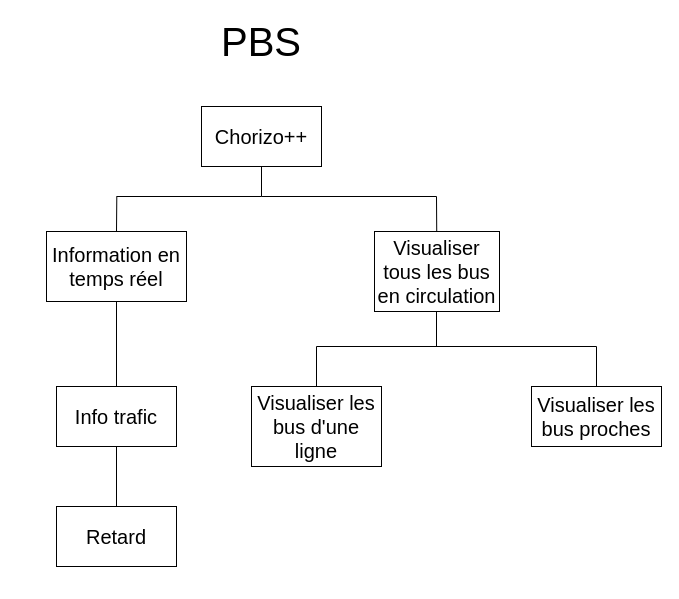
This is PBS.drawio from RimAmarat/AuditSysteme, a draw.io file, before an edit. Source tidied: cells renumbered, new cells numbered last; positions are measured from the earlier drawing's top-left corner, leaving out a move shared by most shapes. Both pictures are drawn from the tidied source at 100%, with x=0, y=0 at pixel (46, 26).
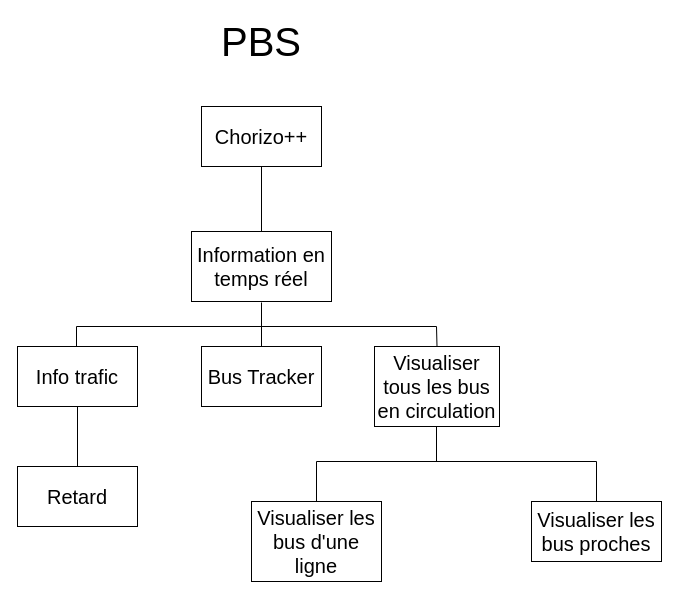
The same page after the edit.

Commit message:
Fixes PBS, adds bus tracker

Change to the diagram source:
```diff
@@
     <mxCell id="4" value="&lt;div&gt;Visualiser tous les bus&lt;/div&gt;&lt;div&gt;en circulation&lt;br&gt;&lt;/div&gt;" style="rounded=0;whiteSpace=wrap;html=1;fontSize=20;" parent="1" vertex="1">
-      <mxGeometry x="328" y="205" width="125" height="80" as="geometry" />
+      <mxGeometry x="328" y="320" width="125" height="80" as="geometry" />
     </mxCell>
     <mxCell id="5" value="Visualiser les bus d'une ligne" style="rounded=0;whiteSpace=wrap;html=1;fontSize=20;" parent="1" vertex="1">
-      <mxGeometry x="205" y="360" width="130" height="80" as="geometry" />
+      <mxGeometry x="205" y="475" width="130" height="80" as="geometry" />
     </mxCell>
     <mxCell id="6" value="Visualiser les bus proches" style="rounded=0;whiteSpace=wrap;html=1;fontSize=20;" parent="1" vertex="1">
-      <mxGeometry x="485" y="360" width="130" height="60" as="geometry" />
+      <mxGeometry x="485" y="475" width="130" height="60" as="geometry" />
     </mxCell>
     <mxCell id="7" value="Information en temps réel" style="rounded=0;whiteSpace=wrap;html=1;fontSize=20;" parent="1" vertex="1">
-      <mxGeometry y="205" width="140" height="70" as="geometry" />
+      <mxGeometry x="145" y="205" width="140" height="70" as="geometry" />
     </mxCell>
     <mxCell id="8" value="Info trafic" style="rounded=0;whiteSpace=wrap;html=1;fontSize=20;" parent="1" vertex="1">
-      <mxGeometry x="10" y="360" width="120" height="60" as="geometry" />
+      <mxGeometry x="-29" y="320" width="120" height="60" as="geometry" />
     </mxCell>
     <mxCell id="9" value="Retard" style="rounded=0;whiteSpace=wrap;html=1;fontSize=20;" parent="1" vertex="1">
-      <mxGeometry x="10" y="480" width="120" height="60" as="geometry" />
+      <mxGeometry x="-29" y="440" width="120" height="60" as="geometry" />
     </mxCell>
-    <mxCell id="10" style="endArrow=none;html=1;rounded=0;fontSize=20;" parent="1" edge="1">
-      <mxGeometry relative="1" as="geometry">
-        <mxPoint x="215" y="170" as="sourcePoint" />
-        <mxPoint x="215" y="140" as="targetPoint" />
-      </mxGeometry>
-    </mxCell>
-    <mxCell id="11" style="endArrow=none;html=1;rounded=0;fontSize=20;" parent="1" edge="1">
-      <mxGeometry relative="1" as="geometry">
-        <mxPoint x="70" y="205" as="sourcePoint" />
-        <mxPoint x="70.3" y="170" as="targetPoint" />
-      </mxGeometry>
-    </mxCell>
-    <mxCell id="12" style="endArrow=none;html=1;rounded=0;fontSize=20;" parent="1" edge="1">
-      <mxGeometry relative="1" as="geometry">
-        <mxPoint x="70" y="170" as="sourcePoint" />
-        <mxPoint x="215" y="170" as="targetPoint" />
-      </mxGeometry>
-    </mxCell>
-    <mxCell id="13" style="endArrow=none;html=1;rounded=0;fontSize=20;" parent="1" edge="1">
-      <mxGeometry relative="1" as="geometry">
-        <mxPoint x="215" y="170" as="sourcePoint" />
-        <mxPoint x="390" y="170" as="targetPoint" />
-      </mxGeometry>
-    </mxCell>
-    <mxCell id="14" style="endArrow=none;html=1;rounded=0;fontSize=20;" parent="1" edge="1" source="4">
-      <mxGeometry relative="1" as="geometry">
-        <mxPoint x="390" y="170" as="targetPoint" />
-      </mxGeometry>
-    </mxCell>
     <mxCell id="15" style="endArrow=none;html=1;rounded=0;fontSize=20;" parent="1" edge="1">
       <mxGeometry relative="1" as="geometry">
-        <mxPoint x="270" y="360" as="sourcePoint" />
-        <mxPoint x="270" y="320" as="targetPoint" />
+        <mxPoint x="270" y="475" as="sourcePoint" />
+        <mxPoint x="270" y="435" as="targetPoint" />
       </mxGeometry>
     </mxCell>
     <mxCell id="16" style="endArrow=none;html=1;rounded=0;fontSize=20;" parent="1" edge="1">
       <mxGeometry relative="1" as="geometry">
-        <mxPoint x="550" y="360" as="sourcePoint" />
-        <mxPoint x="550" y="320" as="targetPoint" />
+        <mxPoint x="550" y="475" as="sourcePoint" />
+        <mxPoint x="550" y="435" as="targetPoint" />
       </mxGeometry>
     </mxCell>
     <mxCell id="17" style="endArrow=none;html=1;rounded=0;fontSize=20;" parent="1" edge="1">
       <mxGeometry relative="1" as="geometry">
-        <mxPoint x="390" y="320" as="sourcePoint" />
-        <mxPoint x="390" y="285" as="targetPoint" />
+        <mxPoint x="390" y="435" as="sourcePoint" />
+        <mxPoint x="390" y="400" as="targetPoint" />
       </mxGeometry>
     </mxCell>
     <mxCell id="18" style="endArrow=none;html=1;rounded=0;fontSize=20;" parent="1" edge="1">
       <mxGeometry relative="1" as="geometry">
-        <mxPoint x="270" y="320" as="sourcePoint" />
-        <mxPoint x="550" y="320" as="targetPoint" />
+        <mxPoint x="270" y="435" as="sourcePoint" />
+        <mxPoint x="550" y="435" as="targetPoint" />
       </mxGeometry>
     </mxCell>
-    <mxCell id="19" style="endArrow=none;html=1;rounded=0;fontSize=20;exitX=0.5;exitY=0;exitDx=0;exitDy=0;" parent="1" edge="1" source="8">
-      <mxGeometry relative="1" as="geometry">
-        <mxPoint x="70" y="275" as="targetPoint" />
-      </mxGeometry>
-    </mxCell>
     <mxCell id="20" style="endArrow=none;html=1;rounded=0;fontSize=20;exitX=0.5;exitY=0;exitDx=0;exitDy=0;" parent="1" edge="1" source="9">
       <mxGeometry relative="1" as="geometry">
-        <mxPoint x="70" y="420" as="targetPoint" />
+        <mxPoint x="31" y="380" as="targetPoint" />
       </mxGeometry>
     </mxCell>
+    <mxCell id="21" style="endArrow=none;html=1;rounded=0;fontSize=20;exitX=0.5;exitY=0;exitDx=0;exitDy=0;" parent="1" edge="1" source="7">
+      <mxGeometry relative="1" as="geometry">
+        <mxPoint x="215" y="140" as="targetPoint" />
+      </mxGeometry>
+    </mxCell>
+    <mxCell id="22" style="endArrow=none;html=1;rounded=0;fontSize=20;" parent="1" edge="1">
+      <mxGeometry relative="1" as="geometry">
+        <mxPoint x="215" y="300" as="sourcePoint" />
+        <mxPoint x="215" y="276" as="targetPoint" />
+      </mxGeometry>
+    </mxCell>
+    <mxCell id="23" style="endArrow=none;html=1;rounded=0;fontSize=20;" parent="1" edge="1">
+      <mxGeometry relative="1" as="geometry">
+        <mxPoint x="30" y="320" as="sourcePoint" />
+        <mxPoint x="30" y="300" as="targetPoint" />
+      </mxGeometry>
+    </mxCell>
+    <mxCell id="24" style="endArrow=none;html=1;rounded=0;fontSize=20;" parent="1" edge="1">
+      <mxGeometry relative="1" as="geometry">
+        <mxPoint x="30" y="300" as="sourcePoint" />
+        <mxPoint x="390" y="300" as="targetPoint" />
+      </mxGeometry>
+    </mxCell>
+    <mxCell id="25" style="endArrow=none;html=1;rounded=0;fontSize=20;exitX=0.5;exitY=0;exitDx=0;exitDy=0;" parent="1" edge="1" source="4">
+      <mxGeometry relative="1" as="geometry">
+        <mxPoint x="390" y="300" as="targetPoint" />
+      </mxGeometry>
+    </mxCell>
+    <mxCell id="26" value="&lt;div&gt;Bus Tracker&lt;/div&gt;" style="rounded=0;whiteSpace=wrap;html=1;fontSize=20;" parent="1" vertex="1">
+      <mxGeometry x="155" y="320" width="120" height="60" as="geometry" />
+    </mxCell>
+    <mxCell id="27" style="endArrow=none;html=1;rounded=0;fontSize=20;exitX=0.5;exitY=0;exitDx=0;exitDy=0;" parent="1" edge="1" source="26">
+      <mxGeometry relative="1" as="geometry">
+        <mxPoint x="215" y="300" as="targetPoint" />
+      </mxGeometry>
+    </mxCell>
```
